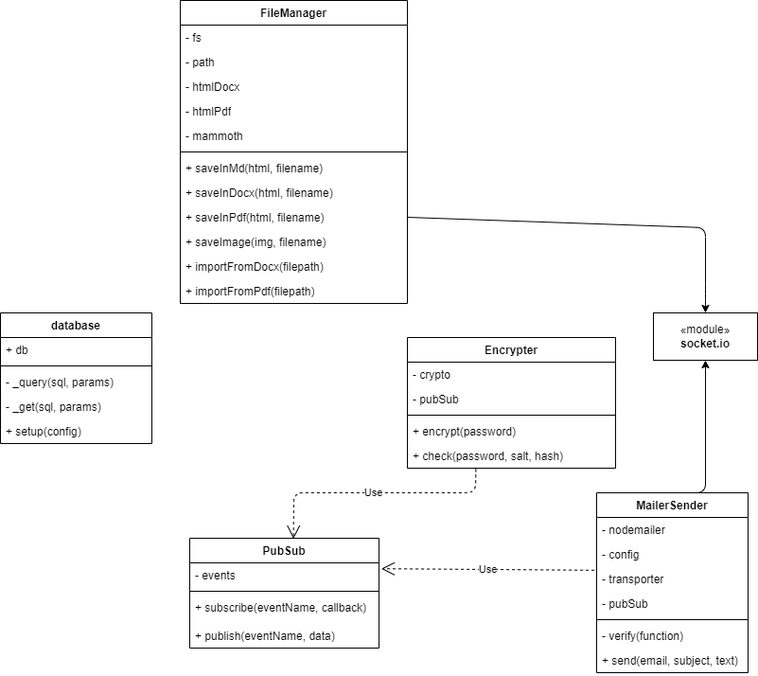
This is assets/schemas/diagrams/SchemaOggettiServer.drawio.png from AngeloRipamonti/5C_RipamontiAvvedutoKotisCinquetti_PortaleAppunti, a draw.io export, as it was before one commit. Source tidied: cells renumbered, new cells last; positions are measured from the earlier drawing's top-left corner, leaving out a move shared by most shapes.
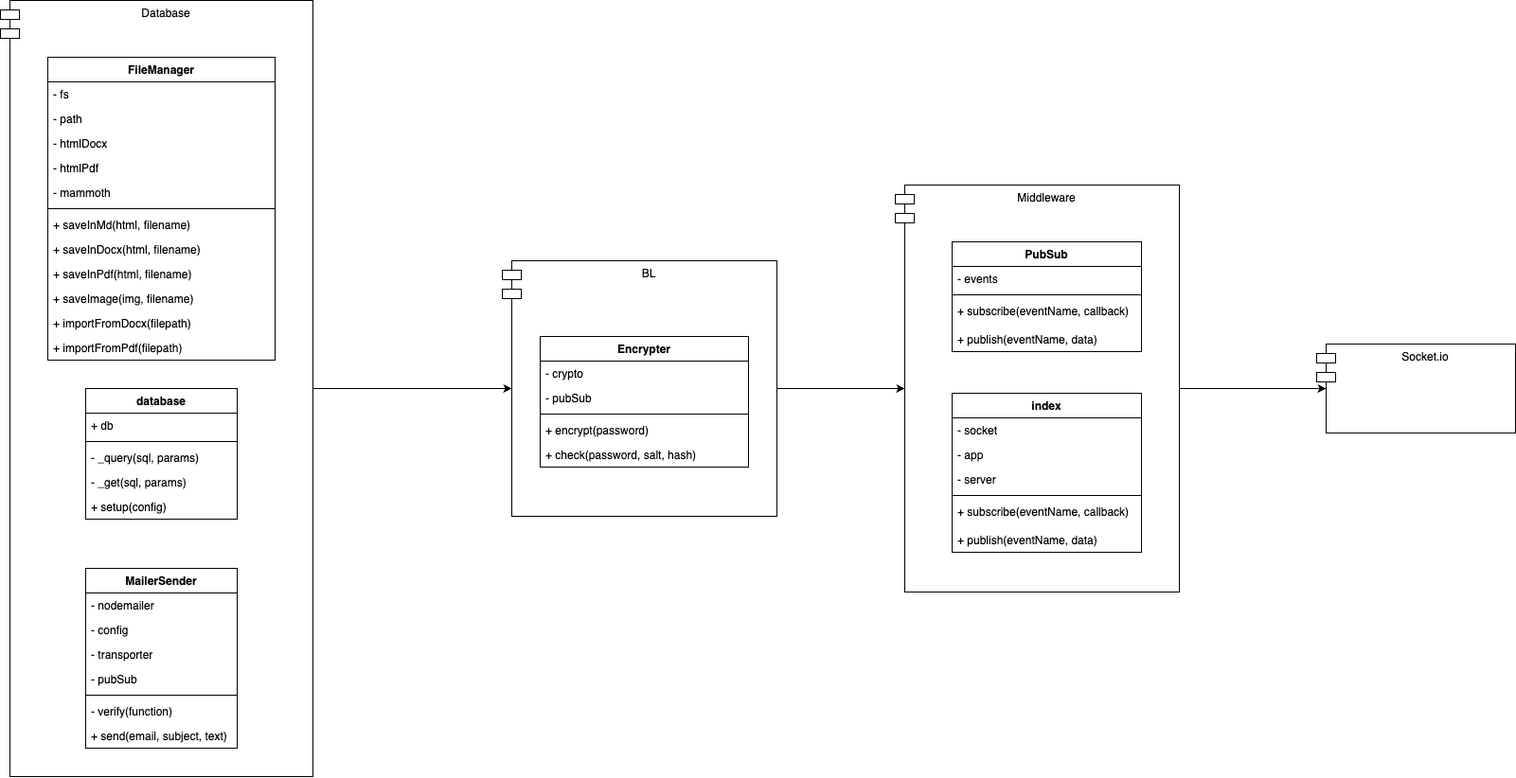
The same diagram one commit later.

Commit message:
server side scheme

The edit, as a diff of the source:
```diff
@@ -2,8 +2,17 @@
   <root>
     <mxCell id="0" />
     <mxCell id="1" parent="0" />
+    <mxCell id="45" value="Middleware" style="shape=module;align=left;spacingLeft=20;align=center;verticalAlign=top;whiteSpace=wrap;html=1;" parent="1" vertex="1">
+      <mxGeometry x="935" y="-475" width="300" height="430" as="geometry" />
+    </mxCell>
+    <mxCell id="46" value="BL" style="shape=module;align=left;spacingLeft=20;align=center;verticalAlign=top;whiteSpace=wrap;html=1;" parent="1" vertex="1">
+      <mxGeometry x="520" y="-395" width="290" height="270" as="geometry" />
+    </mxCell>
+    <mxCell id="47" value="Database" style="shape=module;align=left;spacingLeft=20;align=center;verticalAlign=top;whiteSpace=wrap;html=1;" parent="1" vertex="1">
+      <mxGeometry x="-10" y="-670" width="330" height="820" as="geometry" />
+    </mxCell>
     <mxCell id="2" value="database" style="swimlane;fontStyle=1;align=center;verticalAlign=top;horizontal=1;startSize=26;whiteSpace=wrap;html=1;" parent="1" vertex="1">
-      <mxGeometry y="330" width="160" height="138" as="geometry" />
+      <mxGeometry x="80" y="-260" width="160" height="138" as="geometry" />
     </mxCell>
     <mxCell id="3" value="+ db" style="text;strokeColor=none;fillColor=none;align=left;verticalAlign=top;spacingLeft=4;spacingRight=4;overflow=hidden;whiteSpace=wrap;html=1;" parent="2" vertex="1">
       <mxGeometry y="26" width="160" height="26" as="geometry" />
@@ -20,16 +29,8 @@
     <mxCell id="7" value="+ setup(config)" style="text;strokeColor=none;fillColor=none;align=left;verticalAlign=top;spacingLeft=4;spacingRight=4;overflow=hidden;whiteSpace=wrap;html=1;" parent="2" vertex="1">
       <mxGeometry y="112" width="160" height="26" as="geometry" />
     </mxCell>
-    <mxCell id="8" style="edgeStyle=none;html=1;exitX=1;exitY=0.5;exitDx=0;exitDy=0;entryX=0.5;entryY=0;entryDx=0;entryDy=0;" parent="1" edge="1" source="18" target="22">
-      <mxGeometry relative="1" as="geometry">
-        <Array as="points">
-          <mxPoint x="745" y="240" />
-          <mxPoint x="745" y="310" />
-        </Array>
-      </mxGeometry>
-    </mxCell>
     <mxCell id="9" value="FileManager" style="swimlane;fontStyle=1;align=center;verticalAlign=top;horizontal=1;startSize=26;whiteSpace=wrap;html=1;" parent="1" vertex="1">
-      <mxGeometry x="190" width="240" height="320" as="geometry" />
+      <mxGeometry x="40" y="-610" width="240" height="320" as="geometry" />
     </mxCell>
     <mxCell id="10" value="- fs" style="text;strokeColor=none;fillColor=none;align=left;verticalAlign=top;spacingLeft=4;spacingRight=4;overflow=hidden;whiteSpace=wrap;html=1;" parent="9" vertex="1">
       <mxGeometry y="26" width="240" height="26" as="geometry" />
@@ -67,11 +68,8 @@
     <mxCell id="21" value="&lt;span style=&quot;color: rgb(0, 0, 0);&quot;&gt;+ importFromPdf(&lt;span style=&quot;color: rgb(0, 0, 0);&quot;&gt;filepath&lt;/span&gt;)&lt;/span&gt;" style="text;strokeColor=none;fillColor=none;align=left;verticalAlign=top;spacingLeft=4;spacingRight=4;overflow=hidden;whiteSpace=wrap;html=1;" parent="9" vertex="1">
       <mxGeometry y="294" width="240" height="26" as="geometry" />
     </mxCell>
-    <mxCell id="22" value="«module»&lt;br&gt;&lt;b&gt;socket.io&lt;/b&gt;" style="html=1;whiteSpace=wrap;" parent="1" vertex="1">
-      <mxGeometry x="690" y="330" width="110" height="50" as="geometry" />
-    </mxCell>
     <mxCell id="23" value="Encrypter" style="swimlane;fontStyle=1;align=center;verticalAlign=top;horizontal=1;startSize=26;whiteSpace=wrap;html=1;" parent="1" vertex="1">
-      <mxGeometry x="430" y="356" width="220" height="138" as="geometry" />
+      <mxGeometry x="560" y="-315" width="220" height="138" as="geometry" />
     </mxCell>
     <mxCell id="24" value="- crypto" style="text;strokeColor=none;fillColor=none;align=left;verticalAlign=top;spacingLeft=4;spacingRight=4;overflow=hidden;whiteSpace=wrap;html=1;" parent="23" vertex="1">
       <mxGeometry y="26" width="220" height="26" as="geometry" />
@@ -88,15 +86,8 @@
     <mxCell id="28" value="+ check(password, salt, hash)" style="text;strokeColor=none;fillColor=none;align=left;verticalAlign=top;spacingLeft=4;spacingRight=4;overflow=hidden;points=[[0,0.5],[1,0.5]];portConstraint=eastwest;whiteSpace=wrap;html=1;" parent="23" vertex="1">
       <mxGeometry y="112" width="220" height="26" as="geometry" />
     </mxCell>
-    <mxCell id="29" style="edgeStyle=none;html=1;exitX=0.5;exitY=0;exitDx=0;exitDy=0;entryX=0.5;entryY=1;entryDx=0;entryDy=0;" parent="1" edge="1" source="30" target="22">
-      <mxGeometry relative="1" as="geometry">
-        <Array as="points">
-          <mxPoint x="745" y="520" />
-        </Array>
-      </mxGeometry>
-    </mxCell>
     <mxCell id="30" value="MailerSender" style="swimlane;fontStyle=1;align=center;verticalAlign=top;horizontal=1;startSize=26;whiteSpace=wrap;html=1;" parent="1" vertex="1">
-      <mxGeometry x="630" y="520" width="160" height="190" as="geometry" />
+      <mxGeometry x="80" y="-70" width="160" height="190" as="geometry" />
     </mxCell>
     <mxCell id="31" value="- nodemailer" style="text;strokeColor=none;fillColor=none;align=left;verticalAlign=top;spacingLeft=4;spacingRight=4;overflow=hidden;whiteSpace=wrap;html=1;" parent="30" vertex="1">
       <mxGeometry y="26" width="160" height="26" as="geometry" />
@@ -120,7 +111,7 @@
       <mxGeometry y="164" width="160" height="26" as="geometry" />
     </mxCell>
     <mxCell id="38" value="PubSub" style="swimlane;fontStyle=1;align=center;verticalAlign=top;horizontal=1;startSize=26;whiteSpace=wrap;html=1;" parent="1" vertex="1">
-      <mxGeometry x="200" y="568" width="200" height="116" as="geometry" />
+      <mxGeometry x="995" y="-415" width="200" height="116" as="geometry" />
     </mxCell>
     <mxCell id="39" value="- events" style="text;strokeColor=none;fillColor=none;align=left;verticalAlign=top;spacingLeft=4;spacingRight=4;overflow=hidden;points=[[0,0.5],[1,0.5]];portConstraint=eastwest;whiteSpace=wrap;html=1;" parent="38" vertex="1">
       <mxGeometry y="26" width="200" height="26" as="geometry" />
@@ -134,16 +125,38 @@
     <mxCell id="42" value="&lt;span style=&quot;color: rgb(0, 0, 0);&quot;&gt;+ publish(eventName, data)&lt;/span&gt;" style="text;strokeColor=none;fillColor=none;align=left;verticalAlign=top;spacingLeft=4;spacingRight=4;overflow=hidden;whiteSpace=wrap;html=1;" parent="38" vertex="1">
       <mxGeometry y="90" width="200" height="26" as="geometry" />
     </mxCell>
-    <mxCell id="43" value="Use" style="endArrow=open;endSize=12;dashed=1;html=1;exitX=0.329;exitY=1.033;exitDx=0;exitDy=0;exitPerimeter=0;entryX=0.548;entryY=0.006;entryDx=0;entryDy=0;entryPerimeter=0;" parent="1" edge="1" source="28" target="38">
-      <mxGeometry relative="1" as="geometry">
-        <Array as="points">
-          <mxPoint x="502" y="520" />
-          <mxPoint x="310" y="520" />
-        </Array>
-      </mxGeometry>
-    </mxCell>
-    <mxCell id="44" value="Use" style="endArrow=open;endSize=12;dashed=1;html=1;entryX=1.012;entryY=0.238;entryDx=0;entryDy=0;entryPerimeter=0;exitX=-0.015;exitY=1.146;exitDx=0;exitDy=0;exitPerimeter=0;" parent="1" edge="1" source="32" target="39">
-      <mxGeometry relative="1" as="geometry" />
-    </mxCell>
+    <mxCell id="48" value="Socket.io" style="shape=module;align=left;spacingLeft=20;align=center;verticalAlign=top;whiteSpace=wrap;html=1;" parent="1" vertex="1">
+      <mxGeometry x="1380" y="-307" width="210" height="94" as="geometry" />
+    </mxCell>
+    <mxCell id="49" value="index" style="swimlane;fontStyle=1;align=center;verticalAlign=top;horizontal=1;startSize=26;whiteSpace=wrap;html=1;" parent="1" vertex="1">
+      <mxGeometry x="995" y="-255" width="200" height="168" as="geometry" />
+    </mxCell>
+    <mxCell id="50" value="- socket" style="text;strokeColor=none;fillColor=none;align=left;verticalAlign=top;spacingLeft=4;spacingRight=4;overflow=hidden;whiteSpace=wrap;html=1;" parent="49" vertex="1">
+      <mxGeometry y="26" width="200" height="26" as="geometry" />
+    </mxCell>
+    <mxCell id="51" value="- app" style="text;strokeColor=none;fillColor=none;align=left;verticalAlign=top;spacingLeft=4;spacingRight=4;overflow=hidden;whiteSpace=wrap;html=1;" parent="49" vertex="1">
+      <mxGeometry y="52" width="200" height="26" as="geometry" />
+    </mxCell>
+    <mxCell id="52" value="- server" style="text;strokeColor=none;fillColor=none;align=left;verticalAlign=top;spacingLeft=4;spacingRight=4;overflow=hidden;whiteSpace=wrap;html=1;" parent="49" vertex="1">
+      <mxGeometry y="78" width="200" height="26" as="geometry" />
+    </mxCell>
+    <mxCell id="53" style="line;strokeWidth=1;fillColor=none;align=left;verticalAlign=middle;spacingTop=-1;spacingLeft=3;spacingRight=3;labelPosition=right;strokeColor=inherit;" parent="49" vertex="1">
+      <mxGeometry y="104" width="200" height="8" as="geometry" />
+    </mxCell>
+    <mxCell id="54" value="&lt;span style=&quot;color: rgb(0, 0, 0);&quot;&gt;+ subscribe(eventName, callback)&lt;/span&gt;" style="text;strokeColor=none;fillColor=none;align=left;verticalAlign=top;spacingLeft=4;spacingRight=4;overflow=hidden;whiteSpace=wrap;html=1;" parent="49" vertex="1">
+      <mxGeometry y="112" width="200" height="30" as="geometry" />
+    </mxCell>
+    <mxCell id="55" value="&lt;span style=&quot;color: rgb(0, 0, 0);&quot;&gt;+ publish(eventName, data)&lt;/span&gt;" style="text;strokeColor=none;fillColor=none;align=left;verticalAlign=top;spacingLeft=4;spacingRight=4;overflow=hidden;whiteSpace=wrap;html=1;" parent="49" vertex="1">
+      <mxGeometry y="142" width="200" height="26" as="geometry" />
+    </mxCell>
+    <mxCell id="56" style="edgeStyle=none;html=1;exitX=1;exitY=0.5;exitDx=0;exitDy=0;entryX=0;entryY=0.5;entryDx=10;entryDy=0;entryPerimeter=0;" parent="1" edge="1" source="47" target="46">
+      <mxGeometry relative="1" as="geometry" />
+    </mxCell>
+    <mxCell id="57" style="edgeStyle=none;html=1;exitX=1;exitY=0.5;exitDx=0;exitDy=0;entryX=0;entryY=0.5;entryDx=10;entryDy=0;entryPerimeter=0;" parent="1" edge="1" source="46" target="45">
+      <mxGeometry relative="1" as="geometry" />
+    </mxCell>
+    <mxCell id="58" style="edgeStyle=none;html=1;exitX=1;exitY=0.5;exitDx=0;exitDy=0;entryX=0;entryY=0.5;entryDx=10;entryDy=0;entryPerimeter=0;" parent="1" edge="1" source="45" target="48">
+      <mxGeometry relative="1" as="geometry" />
+    </mxCell>
   </root>
 </mxGraphModel>
```
